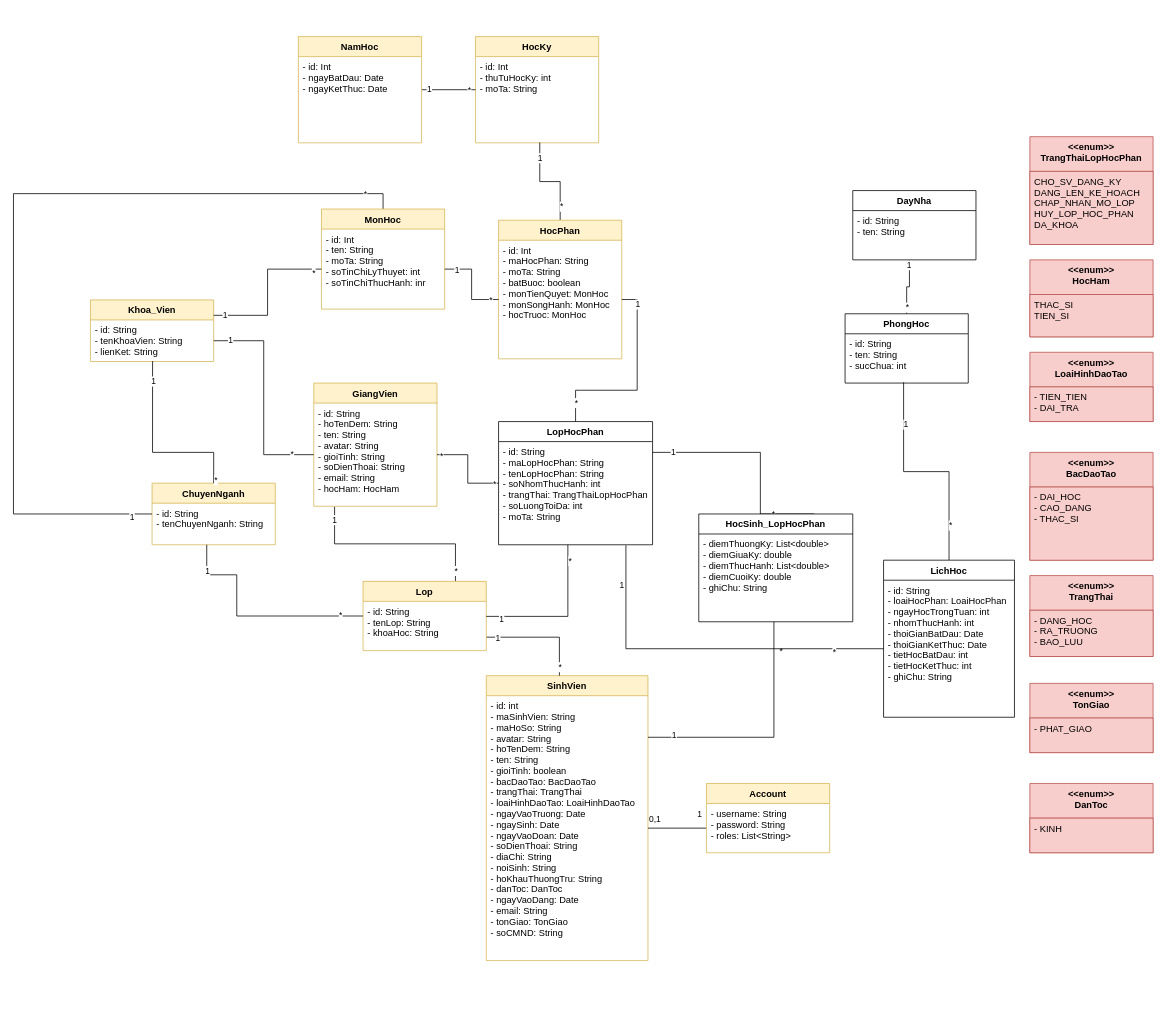
This is CMN_Class.drawio from duchoan6814/Truong-Duc-Hoan, a draw.io file, before an edit. Source tidied: cells renumbered, new cells numbered last; positions are measured from the earlier drawing's top-left corner, leaving out a move shared by most shapes. Both pictures are drawn from the tidied source at 77%, with x=0, y=0 at pixel (13, 36).
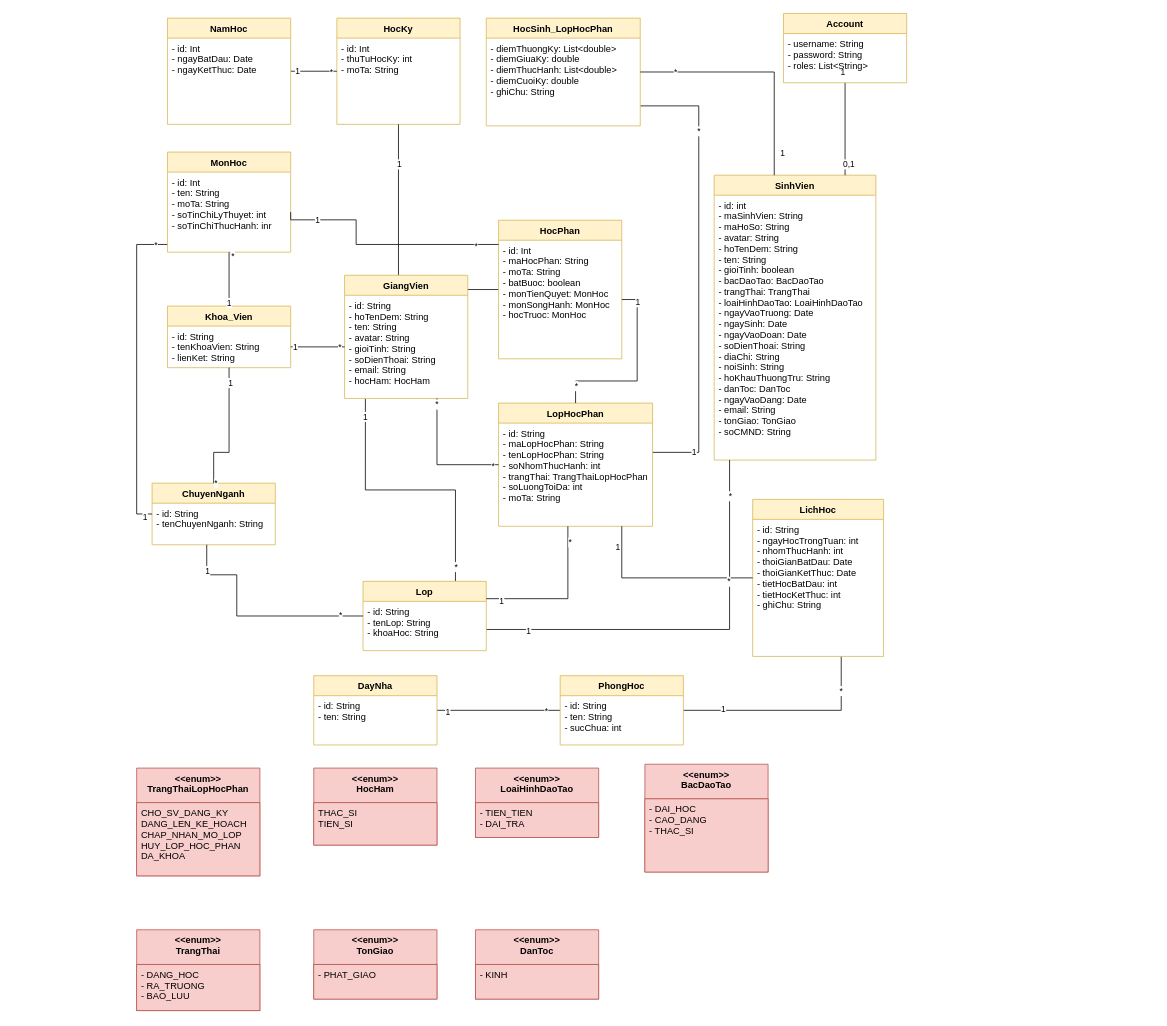
The same diagram, later.

Unchanged cells that the change refers to:
```xml
<mxCell id="3" value="- id: int&#10;- maSinhVien: String&#10;- maHoSo: String&#10;- avatar: String&#10;- hoTenDem: String&#10;- ten: String&#10;- gioiTinh: boolean&#10;- bacDaoTao: BacDaoTao&#10;- trangThai: TrangThai&#10;- loaiHinhDaoTao: LoaiHinhDaoTao&#10;- ngayVaoTruong: Date&#10;- ngaySinh: Date&#10;- ngayVaoDoan: Date&#10;- soDienThoai: String&#10;- diaChi: String&#10;- noiSinh: String&#10;- hoKhauThuongTru: String&#10;- danToc: DanToc&#10;- ngayVaoDang: Date&#10;- email: String&#10;- tonGiao: TonGiao&#10;- soCMND: String" style="text;strokeColor=none;fillColor=none;align=left;verticalAlign=top;spacingLeft=4;spacingRight=4;overflow=hidden;points=[[0,0.5],[1,0.5]];portConstraint=eastwest;" parent="2" vertex="1">
  <mxGeometry y="26" width="210" height="344" as="geometry" />
</mxCell>
<mxCell id="5" value="- id: String&#10;- tenKhoaVien: String&#10;- lienKet: String" style="text;strokeColor=none;fillColor=none;align=left;verticalAlign=top;spacingLeft=4;spacingRight=4;overflow=hidden;points=[[0,0.5],[1,0.5]];portConstraint=eastwest;" parent="4" vertex="1">
  <mxGeometry y="26" width="160" height="54" as="geometry" />
</mxCell>
<mxCell id="6" value="ChuyenNganh" style="swimlane;fontStyle=1;align=center;verticalAlign=top;horizontal=1;startSize=26;fillColor=#fff2cc;strokeColor=#d6b656;" parent="1" vertex="1">
  <mxGeometry x="180" y="580" width="160" height="80" as="geometry" />
</mxCell>
<mxCell id="18" value="- id: String&#10;- maLopHocPhan: String&#10;- tenLopHocPhan: String&#10;- soNhomThucHanh: int&#10;- trangThai: TrangThaiLopHocPhan&#10;- soLuongToiDa: int&#10;- moTa: String" style="text;strokeColor=none;fillColor=none;align=left;verticalAlign=top;spacingLeft=4;spacingRight=4;overflow=hidden;points=[[0,0.5],[1,0.5]];portConstraint=eastwest;" parent="17" vertex="1">
  <mxGeometry y="26" width="200" height="134" as="geometry" />
</mxCell>
<mxCell id="22" value="Lop" style="swimlane;fontStyle=1;align=center;verticalAlign=top;horizontal=1;startSize=26;fillColor=#fff2cc;strokeColor=#d6b656;" parent="1" vertex="1">
  <mxGeometry x="454" y="707.5" width="160" height="90" as="geometry" />
</mxCell>
<mxCell id="28" value="- diemThuongKy: List&lt;double&gt;&#10;- diemGiuaKy: double&#10;- diemThucHanh: List&lt;double&gt;&#10;- diemCuoiKy: double&#10;- ghiChu: String" style="text;strokeColor=none;fillColor=none;align=left;verticalAlign=top;spacingLeft=4;spacingRight=4;overflow=hidden;points=[[0,0.5],[1,0.5]];portConstraint=eastwest;" parent="27" vertex="1">
  <mxGeometry y="26" width="200" height="114" as="geometry" />
</mxCell>
<mxCell id="36" value="- id: Int&#10;- ten: String&#10;- moTa: String&#10;- soTinChiLyThuyet: int&#10;- soTinChiThucHanh: inr" style="text;strokeColor=none;fillColor=none;align=left;verticalAlign=top;spacingLeft=4;spacingRight=4;overflow=hidden;points=[[0,0.5],[1,0.5]];portConstraint=eastwest;" parent="35" vertex="1">
  <mxGeometry y="26" width="160" height="104" as="geometry" />
</mxCell>
<mxCell id="38" value="- id: Int&#10;- thuTuHocKy: int&#10;- moTa: String" style="text;strokeColor=none;fillColor=none;align=left;verticalAlign=top;spacingLeft=4;spacingRight=4;overflow=hidden;points=[[0,0.5],[1,0.5]];portConstraint=eastwest;" parent="37" vertex="1">
  <mxGeometry y="26" width="160" height="112" as="geometry" />
</mxCell>
<mxCell id="43" value="- id: String&#10;- hoTenDem: String&#10;- ten: String&#10;- avatar: String&#10;- gioiTinh: String&#10;- soDienThoai: String&#10;- email: String&#10;- hocHam: HocHam" style="text;strokeColor=none;fillColor=none;align=left;verticalAlign=top;spacingLeft=4;spacingRight=4;overflow=hidden;points=[[0,0.5],[1,0.5]];portConstraint=eastwest;" parent="42" vertex="1">
  <mxGeometry y="26" width="160" height="134" as="geometry" />
</mxCell>
<mxCell id="51" value="- username: String&#10;- password: String&#10;- roles: List&lt;String&gt;" style="text;strokeColor=none;fillColor=none;align=left;verticalAlign=top;spacingLeft=4;spacingRight=4;overflow=hidden;points=[[0,0.5],[1,0.5]];portConstraint=eastwest;" parent="50" vertex="1">
  <mxGeometry y="26" width="160" height="64" as="geometry" />
</mxCell>
<mxCell id="70" value="HocPhan" style="swimlane;fontStyle=1;align=center;verticalAlign=top;horizontal=1;startSize=26;fillColor=#fff2cc;strokeColor=#d6b656;" parent="1" vertex="1">
  <mxGeometry x="630" y="238.5" width="160" height="180" as="geometry" />
</mxCell>
<mxCell id="71" value="- id: Int&#10;- maHocPhan: String&#10;- moTa: String&#10;- batBuoc: boolean&#10;- monTienQuyet: MonHoc&#10;- monSongHanh: MonHoc&#10;- hocTruoc: MonHoc" style="text;strokeColor=none;fillColor=none;align=left;verticalAlign=top;spacingLeft=4;spacingRight=4;overflow=hidden;points=[[0,0.5],[1,0.5]];portConstraint=eastwest;" parent="70" vertex="1">
  <mxGeometry y="26" width="160" height="154" as="geometry" />
</mxCell>
<mxCell id="82" value="- id: String&#10;- ten: String&#10;- sucChua: int" style="text;strokeColor=none;fillColor=none;align=left;verticalAlign=top;spacingLeft=4;spacingRight=4;overflow=hidden;points=[[0,0.5],[1,0.5]];portConstraint=eastwest;" parent="81" vertex="1">
  <mxGeometry y="26" width="160" height="64" as="geometry" />
</mxCell>
<mxCell id="84" value="- id: String&#10;- ten: String" style="text;strokeColor=none;fillColor=none;align=left;verticalAlign=top;spacingLeft=4;spacingRight=4;overflow=hidden;points=[[0,0.5],[1,0.5]];portConstraint=eastwest;" parent="83" vertex="1">
  <mxGeometry y="26" width="160" height="64" as="geometry" />
</mxCell>
```

Diff of the diagram source:
```diff
@@
     <mxCell id="2" value="SinhVien" style="swimlane;fontStyle=1;align=center;verticalAlign=top;horizontal=1;startSize=26;fillColor=#fff2cc;strokeColor=#d6b656;" parent="1" vertex="1">
-      <mxGeometry x="614" y="830" width="210" height="370" as="geometry" />
+      <mxGeometry x="910" y="180" width="210" height="370" as="geometry" />
     </mxCell>
@@
     <mxCell id="4" value="Khoa_Vien" style="swimlane;fontStyle=1;align=center;verticalAlign=top;horizontal=1;startSize=26;fillColor=#fff2cc;strokeColor=#d6b656;" parent="1" vertex="1">
-      <mxGeometry x="100" y="342" width="160" height="80" as="geometry" />
+      <mxGeometry x="200" y="350" width="160" height="80" as="geometry" />
     </mxCell>
@@
     <mxCell id="8" style="edgeStyle=orthogonalEdgeStyle;rounded=0;jettySize=auto;html=1;endArrow=none;endFill=0;" parent="1" edge="1" source="2" target="22">
       <mxGeometry relative="1" as="geometry">
         <Array as="points">
-          <mxPoint x="709" y="780" />
+          <mxPoint x="930" y="770" />
         </Array>
       </mxGeometry>
     </mxCell>
@@
-    <mxCell id="11" style="edgeStyle=orthogonalEdgeStyle;rounded=0;jettySize=auto;html=1;exitX=0.5;exitY=0;exitDx=0;exitDy=0;endArrow=none;endFill=0;entryX=0.504;entryY=0.991;entryDx=0;entryDy=0;entryPerimeter=0;" parent="1" edge="1" source="6" target="5">
+    <mxCell id="11" style="edgeStyle=orthogonalEdgeStyle;rounded=0;jettySize=auto;html=1;endArrow=none;endFill=0;" parent="1" edge="1" source="6" target="4">
       <mxGeometry relative="1" as="geometry">
         <Array as="points">
           <mxPoint x="260" y="540" />
-          <mxPoint x="181" y="540" />
+          <mxPoint x="280" y="540" />
         </Array>
       </mxGeometry>
     </mxCell>
@@
-    <mxCell id="14" style="edgeStyle=orthogonalEdgeStyle;rounded=0;jettySize=auto;html=1;entryX=0.75;entryY=0;entryDx=0;entryDy=0;endArrow=none;endFill=0;" parent="1" edge="1" source="17" target="27">
+    <mxCell id="14" style="edgeStyle=orthogonalEdgeStyle;rounded=0;jettySize=auto;html=1;endArrow=none;endFill=0;" parent="1" edge="1" source="17" target="27">
       <mxGeometry relative="1" as="geometry">
         <Array as="points">
-          <mxPoint x="970" y="540" />
+          <mxPoint x="890" y="540" />
+          <mxPoint x="890" y="90" />
         </Array>
       </mxGeometry>
     </mxCell>
@@
-    <mxCell id="17" value="LopHocPhan" style="swimlane;fontStyle=1;align=center;verticalAlign=top;horizontal=1;startSize=26;" parent="1" vertex="1">
-      <mxGeometry x="630" y="500" width="200" height="160" as="geometry" />
+    <mxCell id="17" value="LopHocPhan" style="swimlane;fontStyle=1;align=center;verticalAlign=top;horizontal=1;startSize=26;fillColor=#fff2cc;strokeColor=#d6b656;" parent="1" vertex="1">
+      <mxGeometry x="630" y="476" width="200" height="160" as="geometry" />
     </mxCell>
@@
-    <mxCell id="27" value="HocSinh_LopHocPhan" style="swimlane;fontStyle=1;align=center;verticalAlign=top;horizontal=1;startSize=26;" parent="1" vertex="1">
-      <mxGeometry x="890" y="620" width="200" height="140" as="geometry" />
+    <mxCell id="27" value="HocSinh_LopHocPhan" style="swimlane;fontStyle=1;align=center;verticalAlign=top;horizontal=1;startSize=26;fillColor=#fff2cc;strokeColor=#d6b656;" parent="1" vertex="1">
+      <mxGeometry x="614" y="-24" width="200" height="140" as="geometry" />
     </mxCell>
@@
-    <mxCell id="29" style="edgeStyle=orthogonalEdgeStyle;rounded=0;jettySize=auto;html=1;entryX=0.488;entryY=1;entryDx=0;entryDy=0;endArrow=none;endFill=0;entryPerimeter=0;" parent="1" edge="1" source="2" target="28">
+    <mxCell id="29" style="edgeStyle=orthogonalEdgeStyle;rounded=0;jettySize=auto;html=1;endArrow=none;endFill=0;" parent="1" edge="1" source="2" target="27">
       <mxGeometry relative="1" as="geometry">
         <Array as="points">
-          <mxPoint x="988" y="910" />
+          <mxPoint x="988" y="46" />
         </Array>
       </mxGeometry>
     </mxCell>
@@
-    <mxCell id="32" style="edgeStyle=orthogonalEdgeStyle;rounded=0;jettySize=auto;html=1;exitX=0.5;exitY=0;exitDx=0;exitDy=0;endArrow=none;endFill=0;" parent="1" edge="1" source="35" target="6">
+    <mxCell id="32" style="edgeStyle=orthogonalEdgeStyle;rounded=0;jettySize=auto;html=1;endArrow=none;endFill=0;" parent="1" edge="1" source="35" target="6">
       <mxGeometry relative="1" as="geometry">
         <Array as="points">
-          <mxPoint x="480" y="204" />
-          <mxPoint y="204" />
-          <mxPoint y="620" />
+          <mxPoint x="160" y="270" />
+          <mxPoint x="160" y="620" />
         </Array>
       </mxGeometry>
     </mxCell>
@@
     <mxCell id="35" value="MonHoc" style="swimlane;fontStyle=1;align=center;verticalAlign=top;horizontal=1;startSize=26;fillColor=#fff2cc;strokeColor=#d6b656;" parent="1" vertex="1">
-      <mxGeometry x="400" y="224" width="160" height="130" as="geometry" />
+      <mxGeometry x="200" y="150" width="160" height="130" as="geometry" />
     </mxCell>
@@
     <mxCell id="37" value="HocKy" style="swimlane;fontStyle=1;align=center;verticalAlign=top;horizontal=1;startSize=26;fillColor=#fff2cc;strokeColor=#d6b656;" parent="1" vertex="1">
-      <mxGeometry x="600" width="160" height="138" as="geometry" />
+      <mxGeometry x="420" y="-24" width="160" height="138" as="geometry" />
     </mxCell>
@@
-    <mxCell id="39" style="edgeStyle=orthogonalEdgeStyle;rounded=0;jettySize=auto;html=1;exitX=0.5;exitY=0;exitDx=0;exitDy=0;entryX=0.522;entryY=0.996;entryDx=0;entryDy=0;endArrow=none;endFill=0;entryPerimeter=0;" parent="1" edge="1" source="70" target="38">
+    <mxCell id="39" style="edgeStyle=orthogonalEdgeStyle;rounded=0;jettySize=auto;html=1;endArrow=none;endFill=0;" parent="1" edge="1" source="70" target="37">
       <mxGeometry relative="1" as="geometry" />
     </mxCell>
@@
     <mxCell id="42" value="GiangVien" style="swimlane;fontStyle=1;align=center;verticalAlign=top;horizontal=1;startSize=26;fillColor=#fff2cc;strokeColor=#d6b656;" parent="1" vertex="1">
-      <mxGeometry x="390" y="450" width="160" height="160" as="geometry" />
+      <mxGeometry x="430" y="310" width="160" height="160" as="geometry" />
     </mxCell>
@@
-    <mxCell id="47" style="edgeStyle=orthogonalEdgeStyle;rounded=0;jettySize=auto;html=1;exitX=0;exitY=0.5;exitDx=0;exitDy=0;entryX=1;entryY=0.5;entryDx=0;entryDy=0;endArrow=none;endFill=0;" parent="1" edge="1" source="51" target="3">
-      <mxGeometry relative="1" as="geometry" />
+    <mxCell id="47" style="edgeStyle=orthogonalEdgeStyle;rounded=0;jettySize=auto;html=1;endArrow=none;endFill=0;" parent="1" edge="1" source="50" target="2">
+      <mxGeometry relative="1" as="geometry">
+        <Array as="points">
+          <mxPoint x="1080" y="150" />
+          <mxPoint x="1080" y="150" />
+        </Array>
+      </mxGeometry>
     </mxCell>
@@
     <mxCell id="50" value="Account" style="swimlane;fontStyle=1;align=center;verticalAlign=top;horizontal=1;startSize=26;fillColor=#fff2cc;strokeColor=#d6b656;" parent="1" vertex="1">
-      <mxGeometry x="900" y="970" width="160" height="90" as="geometry" />
+      <mxGeometry x="1000" y="-30" width="160" height="90" as="geometry" />
     </mxCell>
@@
-    <mxCell id="52" style="edgeStyle=orthogonalEdgeStyle;rounded=0;jettySize=auto;html=1;exitX=0.5;exitY=0;exitDx=0;exitDy=0;entryX=0.475;entryY=0.984;entryDx=0;entryDy=0;entryPerimeter=0;endArrow=none;endFill=0;" parent="1" edge="1" source="55" target="82">
-      <mxGeometry relative="1" as="geometry" />
+    <mxCell id="52" style="edgeStyle=orthogonalEdgeStyle;rounded=0;jettySize=auto;html=1;endArrow=none;endFill=0;" parent="1" edge="1" source="55" target="81">
+      <mxGeometry relative="1" as="geometry">
+        <Array as="points">
+          <mxPoint x="1075" y="875" />
+        </Array>
+      </mxGeometry>
     </mxCell>
@@
-    <mxCell id="55" value="LichHoc" style="swimlane;fontStyle=1;align=center;verticalAlign=top;horizontal=1;startSize=26;" parent="1" vertex="1">
-      <mxGeometry x="1130" y="680" width="170" height="204" as="geometry" />
+    <mxCell id="55" value="LichHoc" style="swimlane;fontStyle=1;align=center;verticalAlign=top;horizontal=1;startSize=26;fillColor=#fff2cc;strokeColor=#d6b656;" parent="1" vertex="1">
+      <mxGeometry x="960" y="601" width="170" height="204" as="geometry" />
     </mxCell>
-    <mxCell id="56" value="- id: String&#10;- loaiHocPhan: LoaiHocPhan&#10;- ngayHocTrongTuan: int&#10;- nhomThucHanh: int&#10;- thoiGianBatDau: Date&#10;- thoiGianKetThuc: Date&#10;- tietHocBatDau: int&#10;- tietHocKetThuc: int&#10;- ghiChu: String" style="text;strokeColor=none;fillColor=none;align=left;verticalAlign=top;spacingLeft=4;spacingRight=4;overflow=hidden;points=[[0,0.5],[1,0.5]];portConstraint=eastwest;" parent="55" vertex="1">
+    <mxCell id="56" value="- id: String&#10;- ngayHocTrongTuan: int&#10;- nhomThucHanh: int&#10;- thoiGianBatDau: Date&#10;- thoiGianKetThuc: Date&#10;- tietHocBatDau: int&#10;- tietHocKetThuc: int&#10;- ghiChu: String" style="text;strokeColor=none;fillColor=none;align=left;verticalAlign=top;spacingLeft=4;spacingRight=4;overflow=hidden;points=[[0,0.5],[1,0.5]];portConstraint=eastwest;" parent="55" vertex="1">
       <mxGeometry y="26" width="170" height="178" as="geometry" />
     </mxCell>
-    <mxCell id="57" style="edgeStyle=orthogonalEdgeStyle;rounded=0;jettySize=auto;html=1;exitX=0;exitY=0.5;exitDx=0;exitDy=0;entryX=0.827;entryY=1.005;entryDx=0;entryDy=0;endArrow=none;endFill=0;entryPerimeter=0;" parent="1" edge="1" source="56" target="18">
-      <mxGeometry relative="1" as="geometry" />
+    <mxCell id="57" style="edgeStyle=orthogonalEdgeStyle;rounded=0;jettySize=auto;html=1;endArrow=none;endFill=0;" parent="1" edge="1" source="55" target="17">
+      <mxGeometry relative="1" as="geometry">
+        <Array as="points">
+          <mxPoint x="790" y="703" />
+        </Array>
+      </mxGeometry>
     </mxCell>
@@
     <mxCell id="60" value="&lt;&lt;enum&gt;&gt;&#10;BacDaoTao" style="swimlane;fontStyle=1;align=center;verticalAlign=top;horizontal=1;startSize=45;fillColor=#f8cecc;strokeColor=#b85450;" parent="1" vertex="1">
-      <mxGeometry x="1320" y="540" width="160" height="140" as="geometry" />
+      <mxGeometry x="820" y="945" width="160" height="140" as="geometry" />
     </mxCell>
@@
     <mxCell id="62" value="&lt;&lt;enum&gt;&gt;&#10;LoaiHinhDaoTao" style="swimlane;fontStyle=1;align=center;verticalAlign=top;horizontal=1;startSize=45;fillColor=#f8cecc;strokeColor=#b85450;" parent="1" vertex="1">
-      <mxGeometry x="1320" y="410" width="160" height="90" as="geometry" />
+      <mxGeometry x="600" y="950" width="160" height="90" as="geometry" />
     </mxCell>
@@
     <mxCell id="64" value="&lt;&lt;enum&gt;&gt;&#10;TrangThai" style="swimlane;fontStyle=1;align=center;verticalAlign=top;horizontal=1;startSize=45;fillColor=#f8cecc;strokeColor=#b85450;" parent="1" vertex="1">
-      <mxGeometry x="1320" y="700" width="160" height="105" as="geometry" />
+      <mxGeometry x="160" y="1160" width="160" height="105" as="geometry" />
     </mxCell>
@@
     <mxCell id="66" value="&lt;&lt;enum&gt;&gt;&#10;DanToc" style="swimlane;fontStyle=1;align=center;verticalAlign=top;horizontal=1;startSize=45;fillColor=#f8cecc;strokeColor=#b85450;" parent="1" vertex="1">
-      <mxGeometry x="1320" y="970" width="160" height="90" as="geometry" />
+      <mxGeometry x="600" y="1160" width="160" height="90" as="geometry" />
     </mxCell>
@@
     <mxCell id="68" value="&lt;&lt;enum&gt;&gt;&#10;TonGiao" style="swimlane;fontStyle=1;align=center;verticalAlign=top;horizontal=1;startSize=45;fillColor=#f8cecc;strokeColor=#b85450;" parent="1" vertex="1">
-      <mxGeometry x="1320" y="840" width="160" height="90" as="geometry" />
+      <mxGeometry x="390" y="1160" width="160" height="90" as="geometry" />
     </mxCell>
@@
-    <mxCell id="72" style="edgeStyle=orthogonalEdgeStyle;rounded=0;jettySize=auto;html=1;exitX=1;exitY=0.5;exitDx=0;exitDy=0;entryX=0;entryY=0.5;entryDx=0;entryDy=0;endArrow=none;endFill=0;" parent="1" edge="1" source="36" target="71">
-      <mxGeometry relative="1" as="geometry" />
+    <mxCell id="72" style="edgeStyle=orthogonalEdgeStyle;rounded=0;jettySize=auto;html=1;exitX=1;exitY=0.5;exitDx=0;exitDy=0;endArrow=none;endFill=0;" parent="1" edge="1" source="36" target="70">
+      <mxGeometry relative="1" as="geometry">
+        <Array as="points">
+          <mxPoint x="360" y="238" />
+          <mxPoint x="445" y="238" />
+          <mxPoint x="445" y="270" />
+        </Array>
+      </mxGeometry>
     </mxCell>
@@
-    <mxCell id="78" style="edgeStyle=orthogonalEdgeStyle;rounded=0;jettySize=auto;html=1;exitX=0.5;exitY=0;exitDx=0;exitDy=0;entryX=0.46;entryY=1.011;entryDx=0;entryDy=0;entryPerimeter=0;endArrow=none;endFill=0;" parent="1" edge="1" source="81" target="84">
+    <mxCell id="78" style="edgeStyle=orthogonalEdgeStyle;rounded=0;jettySize=auto;html=1;endArrow=none;endFill=0;" parent="1" edge="1" source="81" target="83">
       <mxGeometry relative="1" as="geometry" />
     </mxCell>
@@
-    <mxCell id="81" value="PhongHoc" style="swimlane;fontStyle=1;align=center;verticalAlign=top;horizontal=1;startSize=26;" parent="1" vertex="1">
-      <mxGeometry x="1080" y="360" width="160" height="90" as="geometry" />
+    <mxCell id="81" value="PhongHoc" style="swimlane;fontStyle=1;align=center;verticalAlign=top;horizontal=1;startSize=26;fillColor=#fff2cc;strokeColor=#d6b656;" parent="1" vertex="1">
+      <mxGeometry x="710" y="830" width="160" height="90" as="geometry" />
     </mxCell>
@@
-    <mxCell id="83" value="DayNha" style="swimlane;fontStyle=1;align=center;verticalAlign=top;horizontal=1;startSize=26;" parent="1" vertex="1">
-      <mxGeometry x="1090" y="200" width="160" height="90" as="geometry" />
+    <mxCell id="83" value="DayNha" style="swimlane;fontStyle=1;align=center;verticalAlign=top;horizontal=1;startSize=26;fillColor=#fff2cc;strokeColor=#d6b656;" parent="1" vertex="1">
+      <mxGeometry x="390" y="830" width="160" height="90" as="geometry" />
     </mxCell>
@@
     <mxCell id="85" value="&lt;&lt;enum&gt;&gt;&#10;HocHam" style="swimlane;fontStyle=1;align=center;verticalAlign=top;horizontal=1;startSize=45;fillColor=#f8cecc;strokeColor=#b85450;" parent="1" vertex="1">
-      <mxGeometry x="1320" y="290" width="160" height="100" as="geometry" />
+      <mxGeometry x="390" y="950" width="160" height="100" as="geometry" />
     </mxCell>
@@
-    <mxCell id="87" style="edgeStyle=orthogonalEdgeStyle;rounded=0;jettySize=auto;html=1;exitX=0;exitY=0.5;exitDx=0;exitDy=0;entryX=1;entryY=0.25;entryDx=0;entryDy=0;endArrow=none;endFill=0;" parent="1" edge="1" source="36" target="4">
+    <mxCell id="87" style="edgeStyle=orthogonalEdgeStyle;rounded=0;jettySize=auto;html=1;endArrow=none;endFill=0;" parent="1" edge="1" source="35" target="4">
       <mxGeometry relative="1" as="geometry" />
     </mxCell>
@@
     <mxCell id="90" value="&lt;&lt;enum&gt;&gt;&#10;TrangThaiLopHocPhan" style="swimlane;fontStyle=1;align=center;verticalAlign=top;horizontal=1;startSize=45;fillColor=#f8cecc;strokeColor=#b85450;" parent="1" vertex="1">
-      <mxGeometry x="1320" y="130" width="160" height="140" as="geometry" />
+      <mxGeometry x="160" y="950" width="160" height="140" as="geometry" />
     </mxCell>
@@
-    <mxCell id="92" style="edgeStyle=orthogonalEdgeStyle;rounded=0;jettySize=auto;html=1;exitX=1;exitY=0.5;exitDx=0;exitDy=0;endArrow=none;endFill=0;" parent="1" edge="1" source="43" target="17">
+    <mxCell id="92" style="edgeStyle=orthogonalEdgeStyle;rounded=0;jettySize=auto;html=1;endArrow=none;endFill=0;" parent="1" edge="1" source="42" target="17">
       <mxGeometry relative="1" as="geometry">
         <Array as="points">
-          <mxPoint x="590" y="543" />
-          <mxPoint x="590" y="580" />
+          <mxPoint x="550" y="556" />
         </Array>
       </mxGeometry>
     </mxCell>
@@
     <mxCell id="98" value="NamHoc" style="swimlane;fontStyle=1;align=center;verticalAlign=top;horizontal=1;startSize=26;fillColor=#fff2cc;strokeColor=#d6b656;" parent="1" vertex="1">
-      <mxGeometry x="370" width="160" height="138" as="geometry" />
+      <mxGeometry x="200" y="-24" width="160" height="138" as="geometry" />
     </mxCell>
@@
     <mxCell id="100" style="edgeStyle=orthogonalEdgeStyle;rounded=0;jettySize=auto;html=1;endArrow=none;endFill=0;" parent="1" edge="1" source="17" target="22">
       <mxGeometry relative="1" as="geometry">
         <Array as="points">
-          <mxPoint x="720" y="753" />
+          <mxPoint x="720" y="730" />
         </Array>
       </mxGeometry>
     </mxCell>
```
